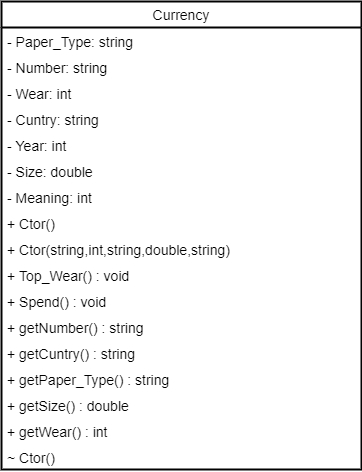
This is Untitled Diagram.drawio.png from InkaShev7777/UML, a draw.io export, as it was before one commit. Source tidied: cells renumbered, new cells last; positions are measured from the earlier drawing's top-left corner, leaving out a move shared by most shapes.
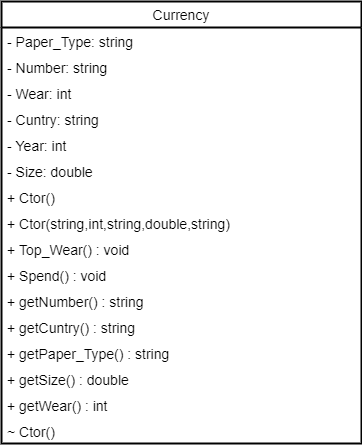
After the commit.

Diff of the diagram source:
```diff
@@ -3,7 +3,7 @@
     <mxCell id="0" />
     <mxCell id="1" parent="0" />
     <mxCell id="2" value="Currency" style="swimlane;fontStyle=0;horizontal=1;startSize=26;fillColor=none;strokeWidth=2;perimeterSpacing=0;fontSize=14;" parent="1" vertex="1">
-      <mxGeometry width="360" height="468" as="geometry" />
+      <mxGeometry width="360" height="442" as="geometry" />
     </mxCell>
     <mxCell id="3" value="- Paper_Type: string" style="text;strokeColor=none;fillColor=none;align=left;verticalAlign=top;spacingLeft=4;spacingRight=4;overflow=hidden;strokeWidth=2;perimeterSpacing=0;fontSize=14;" parent="2" vertex="1">
       <mxGeometry y="26" width="360" height="26" as="geometry" />
@@ -23,38 +23,35 @@
     <mxCell id="8" value="- Size: double" style="text;strokeColor=none;fillColor=none;align=left;verticalAlign=top;spacingLeft=4;spacingRight=4;overflow=hidden;strokeWidth=2;perimeterSpacing=0;fontSize=14;" parent="2" vertex="1">
       <mxGeometry y="156" width="360" height="26" as="geometry" />
     </mxCell>
-    <mxCell id="9" value="- Meaning: int" style="text;strokeColor=none;fillColor=none;align=left;verticalAlign=top;spacingLeft=4;spacingRight=4;overflow=hidden;strokeWidth=2;perimeterSpacing=0;fontSize=14;" parent="2" vertex="1">
-      <mxGeometry y="182" width="360" height="26" as="geometry" />
-    </mxCell>
     <mxCell id="10" value="+ Ctor()" style="text;strokeColor=none;fillColor=none;align=left;verticalAlign=top;spacingLeft=4;spacingRight=4;overflow=hidden;strokeWidth=2;perimeterSpacing=0;fontSize=14;" parent="2" vertex="1">
-      <mxGeometry y="208" width="360" height="26" as="geometry" />
+      <mxGeometry y="182" width="360" height="26" as="geometry" />
     </mxCell>
     <mxCell id="11" value="+ Ctor(string,int,string,double,string)" style="text;strokeColor=none;fillColor=none;align=left;verticalAlign=top;spacingLeft=4;spacingRight=4;overflow=hidden;strokeWidth=2;perimeterSpacing=0;fontSize=14;" parent="2" vertex="1">
-      <mxGeometry y="234" width="360" height="26" as="geometry" />
+      <mxGeometry y="208" width="360" height="26" as="geometry" />
     </mxCell>
     <mxCell id="12" value="+ Top_Wear() : void" style="text;strokeColor=none;fillColor=none;align=left;verticalAlign=top;spacingLeft=4;spacingRight=4;overflow=hidden;strokeWidth=2;perimeterSpacing=0;fontSize=14;" parent="2" vertex="1">
-      <mxGeometry y="260" width="360" height="26" as="geometry" />
+      <mxGeometry y="234" width="360" height="26" as="geometry" />
     </mxCell>
     <mxCell id="13" value="+ Spend() : void" style="text;strokeColor=none;fillColor=none;align=left;verticalAlign=top;spacingLeft=4;spacingRight=4;overflow=hidden;strokeWidth=2;perimeterSpacing=0;fontSize=14;" parent="2" vertex="1">
-      <mxGeometry y="286" width="360" height="26" as="geometry" />
+      <mxGeometry y="260" width="360" height="26" as="geometry" />
     </mxCell>
     <mxCell id="14" value="+ getNumber() : string" style="text;strokeColor=none;fillColor=none;align=left;verticalAlign=top;spacingLeft=4;spacingRight=4;overflow=hidden;strokeWidth=2;perimeterSpacing=0;fontSize=14;" parent="2" vertex="1">
-      <mxGeometry y="312" width="360" height="26" as="geometry" />
+      <mxGeometry y="286" width="360" height="26" as="geometry" />
     </mxCell>
     <mxCell id="15" value="+ getCuntry() : string" style="text;strokeColor=none;fillColor=none;align=left;verticalAlign=top;spacingLeft=4;spacingRight=4;overflow=hidden;strokeWidth=2;perimeterSpacing=0;fontSize=14;" parent="2" vertex="1">
-      <mxGeometry y="338" width="360" height="26" as="geometry" />
+      <mxGeometry y="312" width="360" height="26" as="geometry" />
     </mxCell>
     <mxCell id="16" value="+ getPaper_Type() : string" style="text;strokeColor=none;fillColor=none;align=left;verticalAlign=top;spacingLeft=4;spacingRight=4;overflow=hidden;strokeWidth=2;perimeterSpacing=0;fontSize=14;" parent="2" vertex="1">
-      <mxGeometry y="364" width="360" height="26" as="geometry" />
+      <mxGeometry y="338" width="360" height="26" as="geometry" />
     </mxCell>
     <mxCell id="17" value="+ getSize() : double" style="text;strokeColor=none;fillColor=none;align=left;verticalAlign=top;spacingLeft=4;spacingRight=4;overflow=hidden;strokeWidth=2;perimeterSpacing=0;fontSize=14;" parent="2" vertex="1">
-      <mxGeometry y="390" width="360" height="26" as="geometry" />
+      <mxGeometry y="364" width="360" height="26" as="geometry" />
     </mxCell>
     <mxCell id="18" value="+ getWear() : int" style="text;strokeColor=none;fillColor=none;align=left;verticalAlign=top;spacingLeft=4;spacingRight=4;overflow=hidden;strokeWidth=2;perimeterSpacing=0;fontSize=14;" parent="2" vertex="1">
-      <mxGeometry y="416" width="360" height="26" as="geometry" />
+      <mxGeometry y="390" width="360" height="26" as="geometry" />
     </mxCell>
     <mxCell id="19" value="~ Ctor()" style="text;strokeColor=none;fillColor=none;align=left;verticalAlign=top;spacingLeft=4;spacingRight=4;overflow=hidden;strokeWidth=2;perimeterSpacing=0;fontSize=14;" parent="2" vertex="1">
-      <mxGeometry y="442" width="360" height="26" as="geometry" />
+      <mxGeometry y="416" width="360" height="26" as="geometry" />
     </mxCell>
   </root>
 </mxGraphModel>
```
